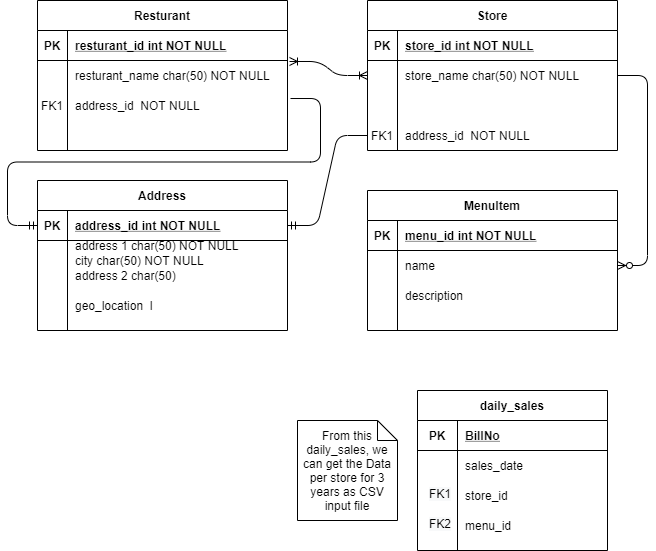
The draw.io diagram architecture_diagram/ER_Diagram.png in baratamramprasad/fastfoodchain, before a commit. Source tidied: cells renumbered, new cells last; positions are measured from the earlier drawing's top-left corner, leaving out a move shared by most shapes.
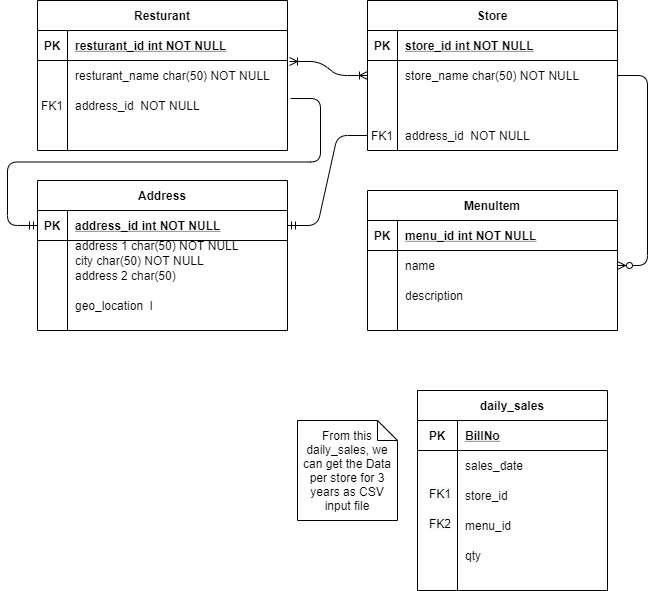
The same diagram one commit later.

What changed in the source:
```diff
@@ -144,7 +144,7 @@
       <mxGeometry relative="1" as="geometry" />
     </mxCell>
     <mxCell id="49" value="daily_sales" style="shape=table;startSize=30;rowLines=0;fontStyle=1;align=center;" parent="1" vertex="1">
-      <mxGeometry x="380" y="390" width="190" height="160" as="geometry" />
+      <mxGeometry x="380" y="390" width="190" height="200" as="geometry" />
     </mxCell>
     <mxCell id="50" style="shape=partialRectangle;fillColor=none;top=0;left=0;bottom=1;right=0;" parent="49" vertex="1">
       <mxGeometry y="30" width="190" height="30" as="geometry" />
@@ -194,5 +194,14 @@
     <mxCell id="65" value="From this daily_sales, we can get the Data per store for 3 years as CSV input file" style="shape=note;size=20;whiteSpace=wrap;html=1;" parent="1" vertex="1">
       <mxGeometry x="260" y="420" width="100" height="100" as="geometry" />
     </mxCell>
+    <mxCell id="66" style="shape=partialRectangle;fillColor=none;top=0;left=0;bottom=0;right=0;" parent="1" vertex="1">
+      <mxGeometry x="380" y="540" width="190" height="30" as="geometry" />
+    </mxCell>
+    <mxCell id="67" style="shape=partialRectangle;fillColor=none;top=0;left=0;bottom=0;right=0;overflow=hidden;" parent="66" vertex="1">
+      <mxGeometry width="40" height="30" as="geometry" />
+    </mxCell>
+    <mxCell id="68" value="qty" style="shape=partialRectangle;fillColor=none;top=0;left=0;bottom=0;right=0;align=left;spacingLeft=6;overflow=hidden;" parent="66" vertex="1">
+      <mxGeometry x="40" width="150" height="30" as="geometry" />
+    </mxCell>
   </root>
 </mxGraphModel>
```
